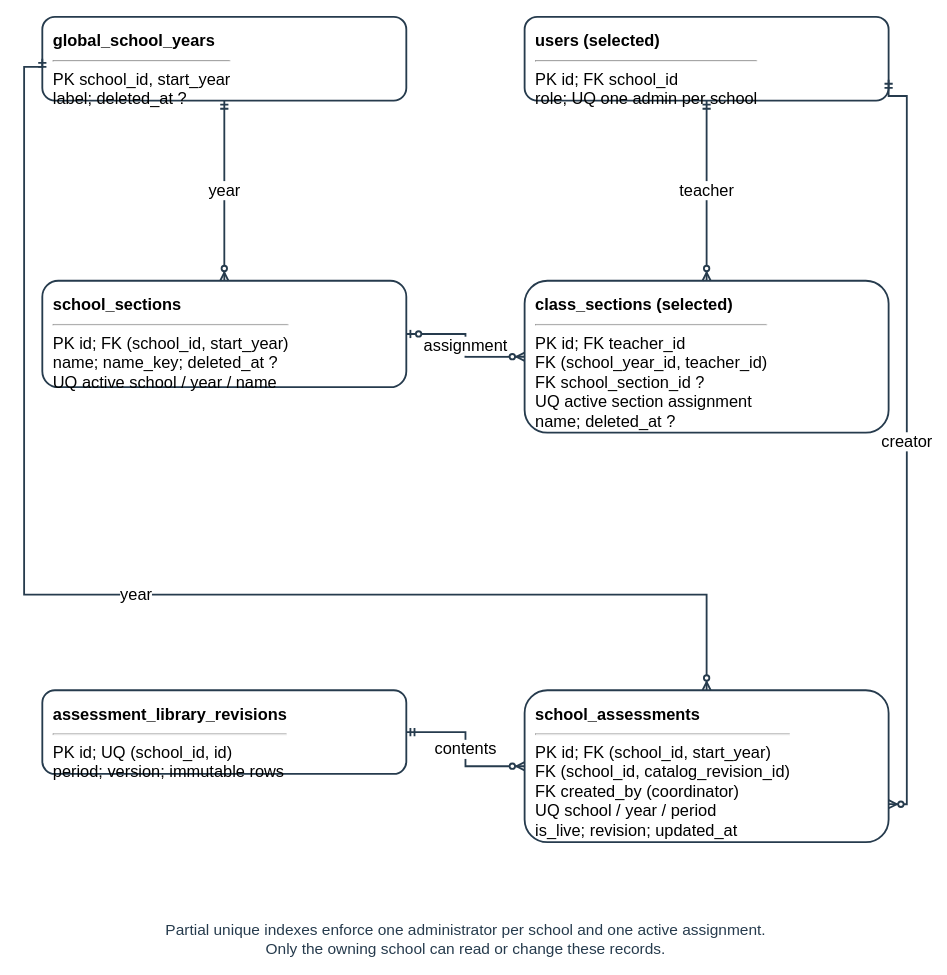
AkuSayangKamuJudaSayang/crl-app keeps this draw.io diagram as docs/diagrams/class-workspaces/figure-26c-school-flow-erd.drawio. Above is the earlier version. Source tidied: cells renumbered, new cells numbered last; positions are measured from the earlier drawing's top-left corner, leaving out a move shared by most shapes. Both pictures are drawn from the tidied source at 91%, with x=0, y=0 at pixel (24, 16).
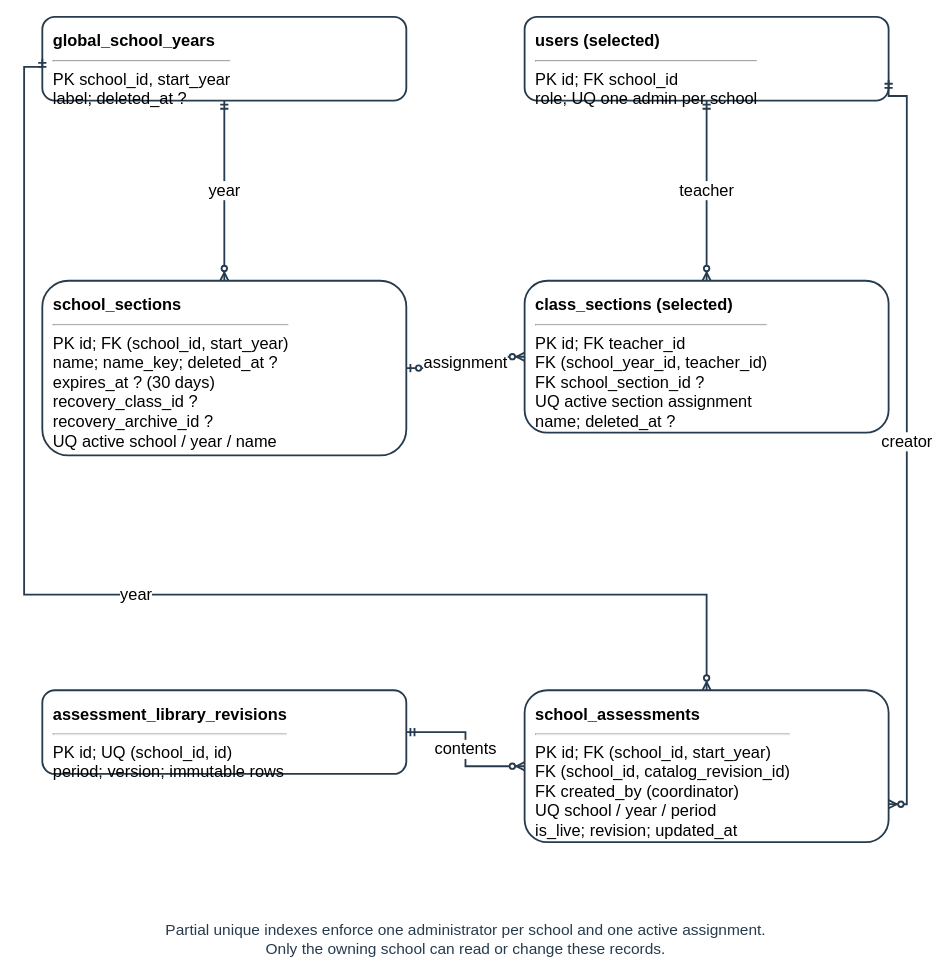
After the change.

Diff of the diagram source:
```diff
@@
 <mxGraphModel>
   <root>
     <mxCell id="0" />
     <mxCell id="1" parent="0" />
     <mxCell id="2" value="Partial unique indexes enforce one administrator per school and one active assignment.&lt;br&gt;Only the owning school can read or change these records." style="text;html=1;align=center;verticalAlign=top;fontSize=17;fontColor=#263b4d;fontStyle=0;strokeColor=none;fillColor=none;" parent="1" vertex="1">
       <mxGeometry x="185" y="988" width="600" height="40.8" as="geometry" />
     </mxCell>
     <mxCell id="3" value="&lt;b&gt;global_school_years&lt;/b&gt;&lt;br&gt;&lt;hr&gt;PK school_id, start_year&lt;br&gt;label; deleted_at ?" style="rounded=1;html=1;whiteSpace=wrap;fillColor=#ffffff;strokeColor=#263b4d;strokeWidth=2;align=left;verticalAlign=top;spacing=12;fontSize=18;" parent="1" vertex="1">
       <mxGeometry x="20" width="400" height="92" as="geometry" />
     </mxCell>
     <mxCell id="4" value="&lt;b&gt;users (selected)&lt;/b&gt;&lt;br&gt;&lt;hr&gt;PK id; FK school_id&lt;br&gt;role; UQ one admin per school" style="rounded=1;html=1;whiteSpace=wrap;fillColor=#ffffff;strokeColor=#263b4d;strokeWidth=2;align=left;verticalAlign=top;spacing=12;fontSize=18;" parent="1" vertex="1">
       <mxGeometry x="550" width="400" height="92" as="geometry" />
     </mxCell>
-    <mxCell id="5" value="&lt;b&gt;school_sections&lt;/b&gt;&lt;br&gt;&lt;hr&gt;PK id; FK (school_id, start_year)&lt;br&gt;name; name_key; deleted_at ?&lt;br&gt;UQ active school / year / name" style="rounded=1;html=1;whiteSpace=wrap;fillColor=#ffffff;strokeColor=#263b4d;strokeWidth=2;align=left;verticalAlign=top;spacing=12;fontSize=18;" parent="1" vertex="1">
-      <mxGeometry x="20" y="290" width="400" height="117" as="geometry" />
+    <mxCell id="5" value="&lt;b&gt;school_sections&lt;/b&gt;&lt;br&gt;&lt;hr&gt;PK id; FK (school_id, start_year)&lt;br&gt;name; name_key; deleted_at ?&lt;br&gt;expires_at ? (30 days)&lt;br&gt;recovery_class_id ?&lt;br&gt;recovery_archive_id ?&lt;br&gt;UQ active school / year / name" style="rounded=1;html=1;whiteSpace=wrap;fillColor=#ffffff;strokeColor=#263b4d;strokeWidth=2;align=left;verticalAlign=top;spacing=12;fontSize=18;" parent="1" vertex="1">
+      <mxGeometry x="20" y="290" width="400" height="192" as="geometry" />
     </mxCell>
     <mxCell id="6" value="&lt;b&gt;class_sections (selected)&lt;/b&gt;&lt;br&gt;&lt;hr&gt;PK id; FK teacher_id&lt;br&gt;FK (school_year_id, teacher_id)&lt;br&gt;FK school_section_id ?&lt;br&gt;UQ active section assignment&lt;br&gt;name; deleted_at ?" style="rounded=1;html=1;whiteSpace=wrap;fillColor=#ffffff;strokeColor=#263b4d;strokeWidth=2;align=left;verticalAlign=top;spacing=12;fontSize=18;" parent="1" vertex="1">
       <mxGeometry x="550" y="290" width="400" height="167" as="geometry" />
     </mxCell>
     <mxCell id="7" value="&lt;b&gt;assessment_library_revisions&lt;/b&gt;&lt;br&gt;&lt;hr&gt;PK id; UQ (school_id, id)&lt;br&gt;period; version; immutable rows" style="rounded=1;html=1;whiteSpace=wrap;fillColor=#ffffff;strokeColor=#263b4d;strokeWidth=2;align=left;verticalAlign=top;spacing=12;fontSize=18;" parent="1" vertex="1">
       <mxGeometry x="20" y="740" width="400" height="92" as="geometry" />
     </mxCell>
     <mxCell id="8" value="&lt;b&gt;school_assessments&lt;/b&gt;&lt;br&gt;&lt;hr&gt;PK id; FK (school_id, start_year)&lt;br&gt;FK (school_id, catalog_revision_id)&lt;br&gt;FK created_by (coordinator)&lt;br&gt;UQ school / year / period&lt;br&gt;is_live; revision; updated_at" style="rounded=1;html=1;whiteSpace=wrap;fillColor=#ffffff;strokeColor=#263b4d;strokeWidth=2;align=left;verticalAlign=top;spacing=12;fontSize=18;" parent="1" vertex="1">
       <mxGeometry x="550" y="740" width="400" height="167" as="geometry" />
     </mxCell>
     <mxCell id="9" value="year" style="edgeStyle=orthogonalEdgeStyle;rounded=0;html=1;endArrow=none;strokeColor=#263b4d;strokeWidth=2;exitX=0.5;exitY=1;entryX=0.5;entryY=0;fontSize=18;labelBackgroundColor=#ffffff;startArrow=ERmandOne;endArrow=ERzeroToMany;" parent="1" edge="1" source="3" target="5">
       <mxGeometry relative="1" as="geometry" />
     </mxCell>
     <mxCell id="10" value="teacher" style="edgeStyle=orthogonalEdgeStyle;rounded=0;html=1;endArrow=none;strokeColor=#263b4d;strokeWidth=2;exitX=0.5;exitY=1;entryX=0.5;entryY=0;fontSize=18;labelBackgroundColor=#ffffff;startArrow=ERmandOne;endArrow=ERzeroToMany;" parent="1" edge="1" source="4" target="6">
       <mxGeometry relative="1" as="geometry" />
     </mxCell>
     <mxCell id="11" value="assignment" style="edgeStyle=orthogonalEdgeStyle;rounded=0;html=1;endArrow=none;strokeColor=#263b4d;strokeWidth=2;exitX=1;exitY=0.5;entryX=0;entryY=0.5;fontSize=18;labelBackgroundColor=#ffffff;startArrow=ERzeroToOne;endArrow=ERzeroToMany;" parent="1" edge="1" source="5" target="6">
       <mxGeometry relative="1" as="geometry" />
     </mxCell>
     <mxCell id="12" value="contents" style="edgeStyle=orthogonalEdgeStyle;rounded=0;html=1;endArrow=none;strokeColor=#263b4d;strokeWidth=2;exitX=1;exitY=0.5;entryX=0;entryY=0.5;fontSize=18;labelBackgroundColor=#ffffff;startArrow=ERmandOne;endArrow=ERzeroToMany;" parent="1" edge="1" source="7" target="8">
       <mxGeometry relative="1" as="geometry" />
     </mxCell>
     <mxCell id="13" value="year" style="edgeStyle=orthogonalEdgeStyle;rounded=0;html=1;endArrow=none;strokeColor=#263b4d;strokeWidth=2;exitX=0;exitY=0.5;entryX=0.5;entryY=0;fontSize=18;labelBackgroundColor=#ffffff;startArrow=ERmandOne;endArrow=ERzeroToMany;" parent="1" edge="1" source="3" target="8">
       <mxGeometry relative="1" as="geometry">
         <Array as="points">
           <mxPoint y="55" />
           <mxPoint y="635" />
           <mxPoint x="750" y="635" />
         </Array>
       </mxGeometry>
     </mxCell>
     <mxCell id="14" value="creator" style="edgeStyle=orthogonalEdgeStyle;rounded=0;html=1;endArrow=none;strokeColor=#263b4d;strokeWidth=2;exitX=1;exitY=0.75;entryX=1;entryY=0.75;fontSize=18;labelBackgroundColor=#ffffff;startArrow=ERmandOne;endArrow=ERzeroToMany;" parent="1" edge="1" source="4" target="8">
       <mxGeometry relative="1" as="geometry">
         <Array as="points">
           <mxPoint x="970" y="87" />
           <mxPoint x="970" y="865" />
         </Array>
       </mxGeometry>
     </mxCell>
   </root>
 </mxGraphModel>
```
